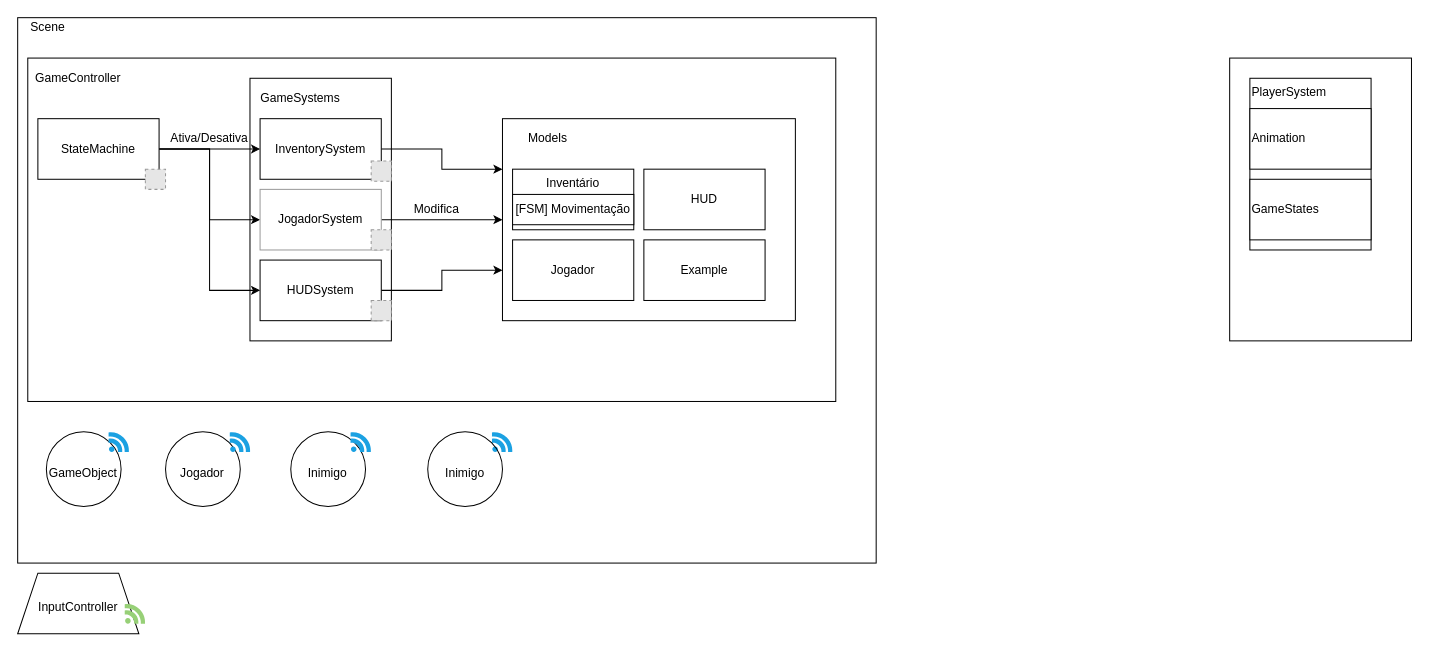
This is page "[HDL] PubSub" (4 of 6) of 1nnocent.drawio from Hollow-Ice-Studio/GitInitials, a draw.io file, before an edit. Source tidied: cells renumbered, new cells numbered last; positions are measured from the earlier drawing's top-left corner, leaving out a move shared by most shapes. Both pictures are drawn from the tidied source at 101%, with x=0, y=0 at pixel (17, 17). Pictures stored in the file or linked from it are replaced by grey dashed boxes.
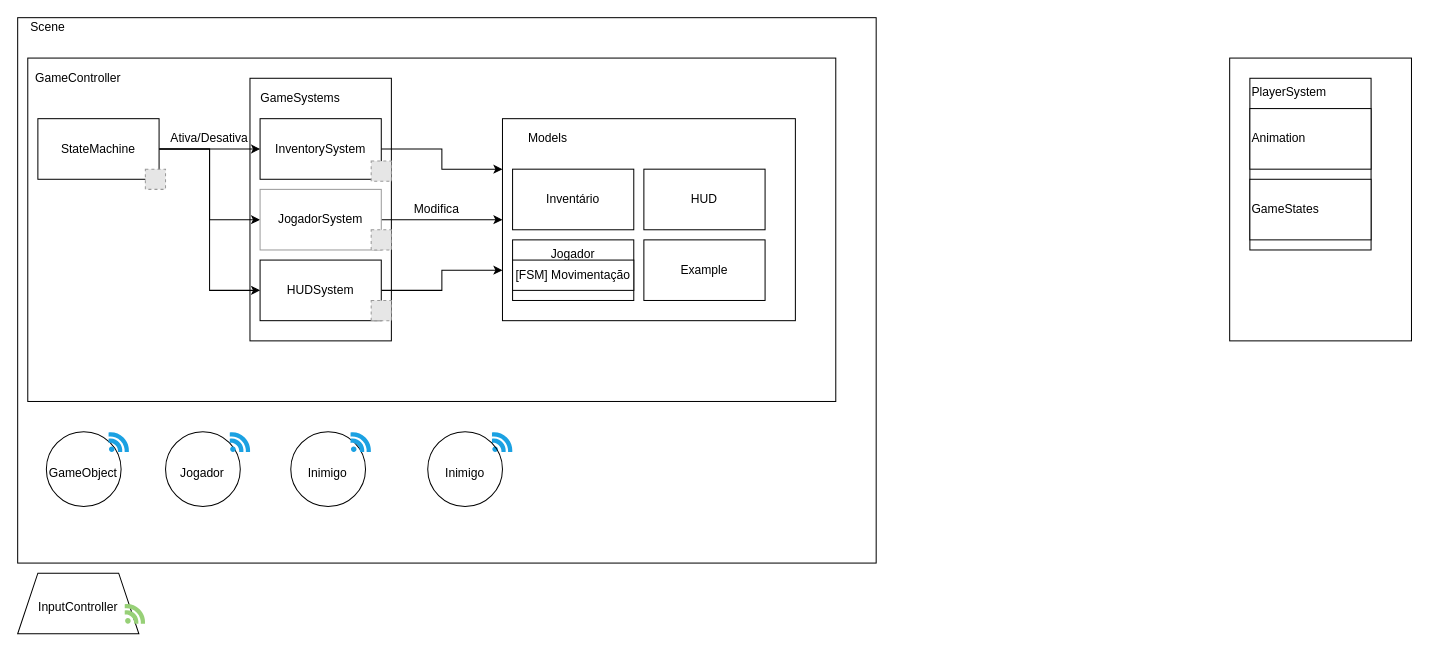
After the change.

Diff of the diagram source:
```diff
@@
-    <mxCell id="18" value="Jogador" style="rounded=0;whiteSpace=wrap;html=1;" parent="1" vertex="1">
+    <mxCell id="18" value="Jogador" style="rounded=0;whiteSpace=wrap;html=1;verticalAlign=top;" parent="1" vertex="1">
       <mxGeometry x="490" y="220" width="120" height="60" as="geometry" />
     </mxCell>
-    <mxCell id="19" value="Inventário" style="rounded=0;whiteSpace=wrap;html=1;verticalAlign=top;" parent="1" vertex="1">
+    <mxCell id="19" value="Inventário" style="rounded=0;whiteSpace=wrap;html=1;verticalAlign=middle;" parent="1" vertex="1">
       <mxGeometry x="490" y="150" width="120" height="60" as="geometry" />
     </mxCell>
@@
     <mxCell id="40" value="[FSM] Movimentação" style="rounded=0;whiteSpace=wrap;html=1;align=center;" parent="1" vertex="1">
-      <mxGeometry x="490" y="175" width="120" height="30" as="geometry" />
+      <mxGeometry x="490" y="240" width="120" height="30" as="geometry" />
     </mxCell>
```
